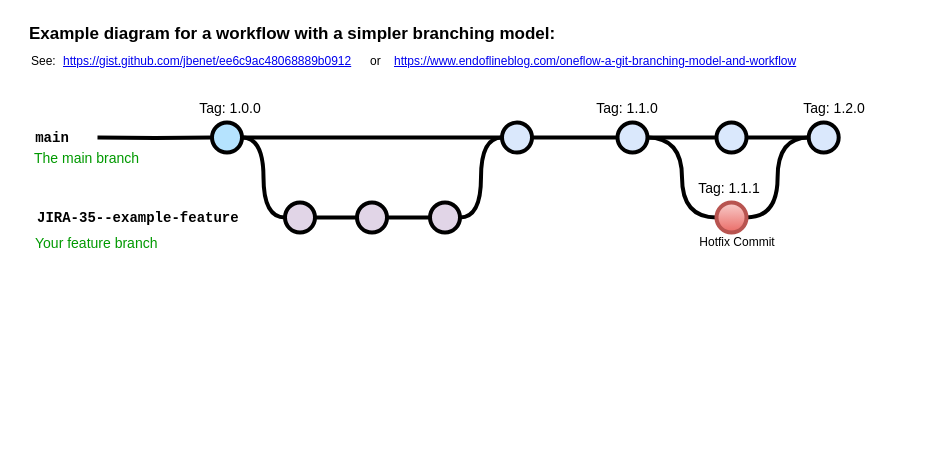
The draw.io diagram verilator_digrams/version_manage.drawio in Dercury/CLDK, before the edit. Source tidied: cells renumbered, new cells numbered last; positions are measured from the earlier drawing's top-left corner, leaving out a move shared by most shapes. Both pictures are drawn from the tidied source at 100%, with x=0, y=0 at pixel (27, 17).
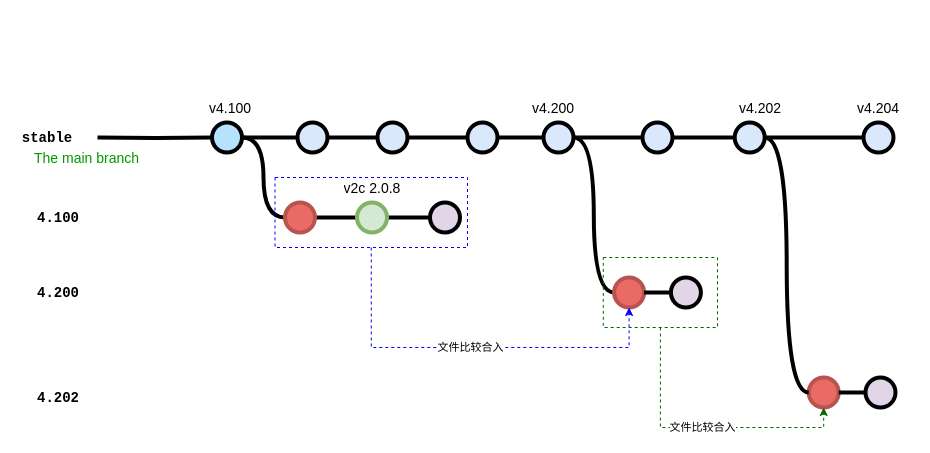
After the change.

Unchanged cells that the change refers to:
```xml
<mxCell id="23" style="verticalLabelPosition=bottom;verticalAlign=top;html=1;strokeWidth=4;shape=mxgraph.flowchart.on-page_reference;plain-purple;gradientColor=none;strokeColor=#000000;" parent="1" vertex="1">
  <mxGeometry x="402.5" y="185" width="30" height="30" as="geometry" />
</mxCell>
```

What changed in the source:
```diff
@@
-    <mxCell id="2" value="Example diagram for a workflow with a simpler branching model:" style="text;whiteSpace=wrap;html=1;fontStyle=1;fontSize=17;" parent="1" vertex="1">
-      <mxGeometry width="542.2" height="30" as="geometry" />
-    </mxCell>
-    <mxCell id="3" value="&lt;a href=&quot;https://gist.github.com/jbenet/ee6c9ac48068889b0912&quot;&gt;https://gist.github.com/jbenet/ee6c9ac48068889b0912&lt;/a&gt;" style="text;whiteSpace=wrap;html=1;" parent="1" vertex="1">
-      <mxGeometry x="34.2" y="30" width="298" height="20" as="geometry" />
-    </mxCell>
-    <mxCell id="4" value="See:" style="text;whiteSpace=wrap;html=1;" parent="1" vertex="1">
-      <mxGeometry x="1.5" y="30" width="32.8" height="20" as="geometry" />
-    </mxCell>
@@
-    <mxCell id="8" style="edgeStyle=orthogonalEdgeStyle;curved=1;rounded=0;jettySize=auto;html=1;endArrow=none;endFill=0;strokeWidth=4;fontFamily=Courier New;fontSize=16;" parent="1" edge="1" source="9" target="12">
+    <mxCell id="8" style="edgeStyle=orthogonalEdgeStyle;curved=1;rounded=0;jettySize=auto;html=1;endArrow=none;endFill=0;strokeWidth=4;fontFamily=Courier New;fontSize=16;entryX=0;entryY=0.5;entryDx=0;entryDy=0;entryPerimeter=0;" parent="1" edge="1" source="9" target="37">
       <mxGeometry relative="1" as="geometry" />
     </mxCell>
     <mxCell id="9" style="verticalLabelPosition=bottom;verticalAlign=top;html=1;strokeWidth=4;shape=mxgraph.flowchart.on-page_reference;plain-blue;gradientColor=none;strokeColor=#000000;" parent="1" vertex="1">
-      <mxGeometry x="474.5" y="105" width="30" height="30" as="geometry" />
+      <mxGeometry x="270" y="105" width="30" height="30" as="geometry" />
     </mxCell>
@@
-    <mxCell id="11" style="edgeStyle=orthogonalEdgeStyle;curved=1;rounded=0;jettySize=auto;html=1;endArrow=none;endFill=0;strokeWidth=4;fontFamily=Courier New;fontSize=16;entryX=0;entryY=0.5;entryDx=0;entryDy=0;entryPerimeter=0;" parent="1" edge="1" source="12" target="32">
+    <mxCell id="11" style="edgeStyle=orthogonalEdgeStyle;curved=1;rounded=0;jettySize=auto;html=1;endArrow=none;endFill=0;strokeWidth=4;fontFamily=Courier New;fontSize=16;entryX=0;entryY=0.5;entryDx=0;entryDy=0;entryPerimeter=0;" parent="1" edge="1" source="12" target="40">
       <mxGeometry relative="1" as="geometry" />
     </mxCell>
     <mxCell id="12" style="verticalLabelPosition=bottom;verticalAlign=top;html=1;strokeWidth=4;shape=mxgraph.flowchart.on-page_reference;plain-blue;gradientColor=none;strokeColor=#000000;" parent="1" vertex="1">
-      <mxGeometry x="590" y="105" width="30" height="30" as="geometry" />
+      <mxGeometry x="516" y="105" width="30" height="30" as="geometry" />
     </mxCell>
@@
     <mxCell id="14" style="verticalLabelPosition=bottom;verticalAlign=top;html=1;strokeWidth=4;shape=mxgraph.flowchart.on-page_reference;plain-blue;gradientColor=none;strokeColor=#000000;" parent="1" vertex="1">
-      <mxGeometry x="689" y="105" width="30" height="30" as="geometry" />
+      <mxGeometry x="615" y="105" width="30" height="30" as="geometry" />
     </mxCell>
     <mxCell id="15" style="verticalLabelPosition=bottom;verticalAlign=top;html=1;strokeWidth=4;shape=mxgraph.flowchart.on-page_reference;plain-blue;gradientColor=none;strokeColor=#000000;" parent="1" vertex="1">
-      <mxGeometry x="781.2" y="105" width="30" height="30" as="geometry" />
+      <mxGeometry x="707.2" y="105" width="30" height="30" as="geometry" />
     </mxCell>
@@
-    <mxCell id="17" value="main" style="text;html=1;strokeColor=none;fillColor=none;align=center;verticalAlign=middle;whiteSpace=wrap;overflow=hidden;fontSize=14;fontStyle=1;fontFamily=Courier New;" parent="1" vertex="1">
-      <mxGeometry y="110" width="50" height="20" as="geometry" />
+    <mxCell id="17" value="stable" style="text;html=1;strokeColor=none;fillColor=none;align=center;verticalAlign=middle;whiteSpace=wrap;overflow=hidden;fontSize=14;fontStyle=1;fontFamily=Courier New;" parent="1" vertex="1">
+      <mxGeometry x="-10" y="110" width="60" height="20" as="geometry" />
     </mxCell>
@@
-    <mxCell id="19" style="verticalLabelPosition=bottom;verticalAlign=top;html=1;strokeWidth=4;shape=mxgraph.flowchart.on-page_reference;plain-purple;gradientColor=none;strokeColor=#000000;" parent="1" vertex="1">
+    <mxCell id="19" style="verticalLabelPosition=bottom;verticalAlign=top;html=1;strokeWidth=4;shape=mxgraph.flowchart.on-page_reference;strokeColor=#b85450;fillColor=#EA6B66;" parent="1" vertex="1">
       <mxGeometry x="257.5" y="185" width="30" height="30" as="geometry" />
     </mxCell>
@@
-    <mxCell id="21" style="verticalLabelPosition=bottom;verticalAlign=top;html=1;strokeWidth=4;shape=mxgraph.flowchart.on-page_reference;plain-purple;gradientColor=none;strokeColor=#000000;" parent="1" vertex="1">
+    <mxCell id="21" style="verticalLabelPosition=bottom;verticalAlign=top;html=1;strokeWidth=4;shape=mxgraph.flowchart.on-page_reference;strokeColor=#82b366;fillColor=#d5e8d4;" parent="1" vertex="1">
       <mxGeometry x="329.5" y="185" width="30" height="30" as="geometry" />
     </mxCell>
-    <mxCell id="22" style="edgeStyle=orthogonalEdgeStyle;curved=1;rounded=0;html=1;exitX=1;exitY=0.5;exitPerimeter=0;entryX=0;entryY=0.5;entryPerimeter=0;endArrow=none;endFill=0;jettySize=auto;strokeWidth=4;fontSize=15;" parent="1" edge="1" source="23" target="9">
-      <mxGeometry relative="1" as="geometry" />
-    </mxCell>
@@
-    <mxCell id="24" value="JIRA-35--example-feature" style="text;html=1;strokeColor=none;fillColor=none;align=left;verticalAlign=middle;whiteSpace=wrap;overflow=hidden;fontSize=14;fontStyle=1;fontFamily=Courier New;" parent="1" vertex="1">
+    <mxCell id="24" value="4.100" style="text;html=1;strokeColor=none;fillColor=none;align=left;verticalAlign=middle;whiteSpace=wrap;overflow=hidden;fontSize=14;fontStyle=1;fontFamily=Courier New;" parent="1" vertex="1">
       <mxGeometry x="7.5" y="190" width="240" height="20" as="geometry" />
     </mxCell>
@@
-    <mxCell id="26" value="Your feature branch" style="text;html=1;strokeColor=none;fillColor=none;align=left;verticalAlign=middle;whiteSpace=wrap;overflow=hidden;fontSize=14;fontStyle=0;fontColor=#009900;" parent="1" vertex="1">
-      <mxGeometry x="6.2" y="215" width="202.2" height="20" as="geometry" />
-    </mxCell>
-    <mxCell id="27" value="Tag: 1.0.0" style="text;html=1;strokeColor=none;fillColor=none;align=center;verticalAlign=middle;whiteSpace=wrap;overflow=hidden;fontSize=14;" parent="1" vertex="1">
+    <mxCell id="27" value="v4.100" style="text;html=1;strokeColor=none;fillColor=none;align=center;verticalAlign=middle;whiteSpace=wrap;overflow=hidden;fontSize=14;" parent="1" vertex="1">
       <mxGeometry x="168.4" y="80" width="70" height="20" as="geometry" />
     </mxCell>
-    <mxCell id="28" value="Tag: 1.1.0" style="text;html=1;strokeColor=none;fillColor=none;align=center;verticalAlign=middle;whiteSpace=wrap;overflow=hidden;fontSize=14;" parent="1" vertex="1">
-      <mxGeometry x="564.5" y="80" width="70" height="20" as="geometry" />
+    <mxCell id="28" value="v4.200" style="text;html=1;strokeColor=none;fillColor=none;align=center;verticalAlign=middle;whiteSpace=wrap;overflow=hidden;fontSize=14;" parent="1" vertex="1">
+      <mxGeometry x="490.5" y="80" width="70" height="20" as="geometry" />
     </mxCell>
-    <mxCell id="29" value="&lt;a href=&quot;https://www.endoflineblog.com/oneflow-a-git-branching-model-and-workflow&quot;&gt;https://www.endoflineblog.com/oneflow-a-git-branching-model-and-workflow&lt;/a&gt;" style="text;whiteSpace=wrap;html=1;" parent="1" vertex="1">
-      <mxGeometry x="364.5" y="30" width="413.8" height="20" as="geometry" />
-    </mxCell>
-    <mxCell id="30" value="or" style="text;whiteSpace=wrap;html=1;" parent="1" vertex="1">
-      <mxGeometry x="340.6" y="30" width="11.6" height="20" as="geometry" />
-    </mxCell>
-    <mxCell id="31" style="edgeStyle=orthogonalEdgeStyle;curved=1;rounded=0;jettySize=auto;html=1;endArrow=none;endFill=0;strokeWidth=4;fontFamily=Courier New;fontSize=16;entryX=0;entryY=0.5;entryDx=0;entryDy=0;entryPerimeter=0;" parent="1" edge="1" source="32" target="15">
-      <mxGeometry relative="1" as="geometry" />
-    </mxCell>
-    <mxCell id="32" style="verticalLabelPosition=bottom;verticalAlign=top;html=1;strokeWidth=4;shape=mxgraph.flowchart.on-page_reference;plain-blue;gradientColor=#EA6B66;strokeColor=#B85450;fillColor=#F8CECC;" parent="1" vertex="1">
-      <mxGeometry x="689" y="185" width="30" height="30" as="geometry" />
-    </mxCell>
-    <mxCell id="33" value="Hotfix Commit" style="text;html=1;strokeColor=none;fillColor=none;align=center;verticalAlign=middle;whiteSpace=wrap;overflow=hidden;" parent="1" vertex="1">
-      <mxGeometry x="669.5" y="210" width="80" height="30" as="geometry" />
-    </mxCell>
-    <mxCell id="34" value="Tag: 1.1.1" style="text;html=1;strokeColor=none;fillColor=none;align=center;verticalAlign=middle;whiteSpace=wrap;overflow=hidden;fontSize=14;" parent="1" vertex="1">
-      <mxGeometry x="666.8" y="160" width="70" height="20" as="geometry" />
-    </mxCell>
-    <mxCell id="35" value="Tag: 1.2.0" style="text;html=1;strokeColor=none;fillColor=none;align=center;verticalAlign=middle;whiteSpace=wrap;overflow=hidden;fontSize=14;" parent="1" vertex="1">
-      <mxGeometry x="772.2" y="80" width="70" height="20" as="geometry" />
+    <mxCell id="35" value="v4.202" style="text;html=1;strokeColor=none;fillColor=none;align=center;verticalAlign=middle;whiteSpace=wrap;overflow=hidden;fontSize=14;" parent="1" vertex="1">
+      <mxGeometry x="698.2" y="80" width="70" height="20" as="geometry" />
     </mxCell>
+    <mxCell id="36" style="verticalLabelPosition=bottom;verticalAlign=top;html=1;strokeWidth=4;shape=mxgraph.flowchart.on-page_reference;plain-blue;gradientColor=none;strokeColor=#000000;" parent="1" vertex="1">
+      <mxGeometry x="440" y="105" width="30" height="30" as="geometry" />
+    </mxCell>
+    <mxCell id="37" style="verticalLabelPosition=bottom;verticalAlign=top;html=1;strokeWidth=4;shape=mxgraph.flowchart.on-page_reference;plain-blue;gradientColor=none;strokeColor=#000000;" parent="1" vertex="1">
+      <mxGeometry x="350" y="105" width="30" height="30" as="geometry" />
+    </mxCell>
+    <mxCell id="38" style="edgeStyle=orthogonalEdgeStyle;curved=1;rounded=0;jettySize=auto;html=1;endArrow=none;endFill=0;strokeWidth=4;fontFamily=Courier New;fontSize=16;entryX=0;entryY=0.5;entryDx=0;entryDy=0;entryPerimeter=0;exitX=1;exitY=0.5;exitDx=0;exitDy=0;exitPerimeter=0;" parent="1" edge="1" source="37" target="36">
+      <mxGeometry relative="1" as="geometry" />
+    </mxCell>
+    <mxCell id="39" style="edgeStyle=orthogonalEdgeStyle;curved=1;rounded=0;jettySize=auto;html=1;endArrow=none;endFill=0;strokeWidth=4;fontFamily=Courier New;fontSize=16;entryX=0;entryY=0.5;entryDx=0;entryDy=0;entryPerimeter=0;exitX=1;exitY=0.5;exitDx=0;exitDy=0;exitPerimeter=0;" parent="1" edge="1" source="36" target="12">
+      <mxGeometry relative="1" as="geometry" />
+    </mxCell>
+    <mxCell id="40" style="verticalLabelPosition=bottom;verticalAlign=top;html=1;strokeWidth=4;shape=mxgraph.flowchart.on-page_reference;strokeColor=#b85450;fillColor=#EA6B66;" parent="1" vertex="1">
+      <mxGeometry x="586.6" y="260" width="30" height="30" as="geometry" />
+    </mxCell>
+    <mxCell id="41" style="verticalLabelPosition=bottom;verticalAlign=top;html=1;strokeWidth=4;shape=mxgraph.flowchart.on-page_reference;plain-purple;gradientColor=none;strokeColor=#000000;" parent="1" vertex="1">
+      <mxGeometry x="643.4" y="260" width="30" height="30" as="geometry" />
+    </mxCell>
+    <mxCell id="42" style="edgeStyle=orthogonalEdgeStyle;curved=1;rounded=0;html=1;endArrow=none;endFill=0;jettySize=auto;strokeWidth=4;fontSize=15;exitX=1;exitY=0.5;exitDx=0;exitDy=0;exitPerimeter=0;" parent="1" edge="1" source="40" target="41">
+      <mxGeometry relative="1" as="geometry" />
+    </mxCell>
+    <mxCell id="43" style="verticalLabelPosition=bottom;verticalAlign=top;html=1;strokeWidth=4;shape=mxgraph.flowchart.on-page_reference;plain-blue;gradientColor=none;strokeColor=#000000;" parent="1" vertex="1">
+      <mxGeometry x="836" y="105" width="30" height="30" as="geometry" />
+    </mxCell>
+    <mxCell id="44" style="edgeStyle=orthogonalEdgeStyle;curved=1;rounded=0;jettySize=auto;html=1;endArrow=none;endFill=0;strokeWidth=4;fontFamily=Courier New;fontSize=16;entryX=0;entryY=0.5;entryDx=0;entryDy=0;entryPerimeter=0;exitX=1;exitY=0.5;exitDx=0;exitDy=0;exitPerimeter=0;" parent="1" edge="1" source="15" target="43">
+      <mxGeometry relative="1" as="geometry" />
+    </mxCell>
+    <mxCell id="45" value="v2c 2.0.8" style="text;html=1;strokeColor=none;fillColor=none;align=center;verticalAlign=middle;whiteSpace=wrap;overflow=hidden;fontSize=14;" parent="1" vertex="1">
+      <mxGeometry x="310" y="160" width="70" height="20" as="geometry" />
+    </mxCell>
+    <mxCell id="46" value="v4.204" style="text;html=1;strokeColor=none;fillColor=none;align=center;verticalAlign=middle;whiteSpace=wrap;overflow=hidden;fontSize=14;" parent="1" vertex="1">
+      <mxGeometry x="816" y="80" width="70" height="20" as="geometry" />
+    </mxCell>
+    <mxCell id="47" style="verticalLabelPosition=bottom;verticalAlign=top;html=1;strokeWidth=4;shape=mxgraph.flowchart.on-page_reference;strokeColor=#b85450;fillColor=#EA6B66;" parent="1" vertex="1">
+      <mxGeometry x="781.2" y="360" width="30" height="30" as="geometry" />
+    </mxCell>
+    <mxCell id="48" style="verticalLabelPosition=bottom;verticalAlign=top;html=1;strokeWidth=4;shape=mxgraph.flowchart.on-page_reference;plain-purple;gradientColor=none;strokeColor=#000000;" parent="1" vertex="1">
+      <mxGeometry x="838" y="360" width="30" height="30" as="geometry" />
+    </mxCell>
+    <mxCell id="49" style="edgeStyle=orthogonalEdgeStyle;curved=1;rounded=0;html=1;endArrow=none;endFill=0;jettySize=auto;strokeWidth=4;fontSize=15;exitX=1;exitY=0.5;exitDx=0;exitDy=0;exitPerimeter=0;" parent="1" edge="1" source="47" target="48">
+      <mxGeometry relative="1" as="geometry" />
+    </mxCell>
+    <mxCell id="50" style="edgeStyle=orthogonalEdgeStyle;curved=1;rounded=0;jettySize=auto;html=1;endArrow=none;endFill=0;strokeWidth=4;fontFamily=Courier New;fontSize=16;entryX=0;entryY=0.5;entryDx=0;entryDy=0;entryPerimeter=0;exitX=1;exitY=0.5;exitDx=0;exitDy=0;exitPerimeter=0;" parent="1" edge="1" source="15" target="47">
+      <mxGeometry relative="1" as="geometry" />
+    </mxCell>
+    <mxCell id="51" value="文件比较合入" style="edgeStyle=orthogonalEdgeStyle;rounded=0;jettySize=auto;html=1;exitX=0.5;exitY=1;exitDx=0;exitDy=0;entryX=0.5;entryY=1;entryDx=0;entryDy=0;entryPerimeter=0;dashed=1;strokeColor=#0000FF;" parent="1" edge="1" source="52" target="40">
+      <mxGeometry relative="1" as="geometry">
+        <Array as="points">
+          <mxPoint x="344" y="330" />
+          <mxPoint x="602" y="330" />
+        </Array>
+      </mxGeometry>
+    </mxCell>
+    <mxCell id="52" style="rounded=0;whiteSpace=wrap;html=1;fillColor=none;dashed=1;strokeColor=#0000FF;" parent="1" vertex="1">
+      <mxGeometry x="247.5" y="160" width="192.5" height="70" as="geometry" />
+    </mxCell>
+    <mxCell id="53" style="rounded=0;whiteSpace=wrap;html=1;fillColor=none;dashed=1;strokeColor=#006600;" parent="1" vertex="1">
+      <mxGeometry x="575.8" y="240" width="114.2" height="70" as="geometry" />
+    </mxCell>
+    <mxCell id="54" value="文件比较合入" style="edgeStyle=orthogonalEdgeStyle;rounded=0;jettySize=auto;html=1;exitX=0.5;exitY=1;exitDx=0;exitDy=0;dashed=1;entryX=0.5;entryY=1;entryDx=0;entryDy=0;entryPerimeter=0;strokeColor=#006600;" parent="1" edge="1" source="53" target="47">
+      <mxGeometry relative="1" as="geometry" />
+    </mxCell>
+    <mxCell id="55" value="4.200" style="text;html=1;strokeColor=none;fillColor=none;align=left;verticalAlign=middle;whiteSpace=wrap;overflow=hidden;fontSize=14;fontStyle=1;fontFamily=Courier New;" parent="1" vertex="1">
+      <mxGeometry x="7.5" y="265" width="240" height="20" as="geometry" />
+    </mxCell>
+    <mxCell id="56" value="4.202" style="text;html=1;strokeColor=none;fillColor=none;align=left;verticalAlign=middle;whiteSpace=wrap;overflow=hidden;fontSize=14;fontStyle=1;fontFamily=Courier New;" parent="1" vertex="1">
+      <mxGeometry x="7.5" y="370" width="240" height="20" as="geometry" />
+    </mxCell>
```
